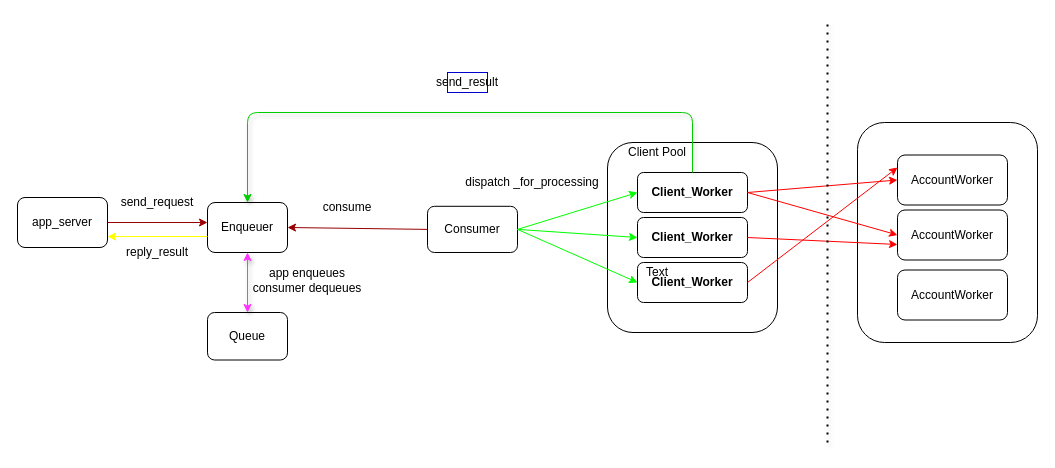
sanzor/Banking-Application keeps this draw.io diagram as system.drawio. Above is the earlier version. Source tidied: cells renumbered, new cells numbered last; positions are measured from the earlier drawing's top-left corner, leaving out a move shared by most shapes. Both pictures are drawn from the tidied source at 100%, with x=0, y=0 at pixel (17, 22).
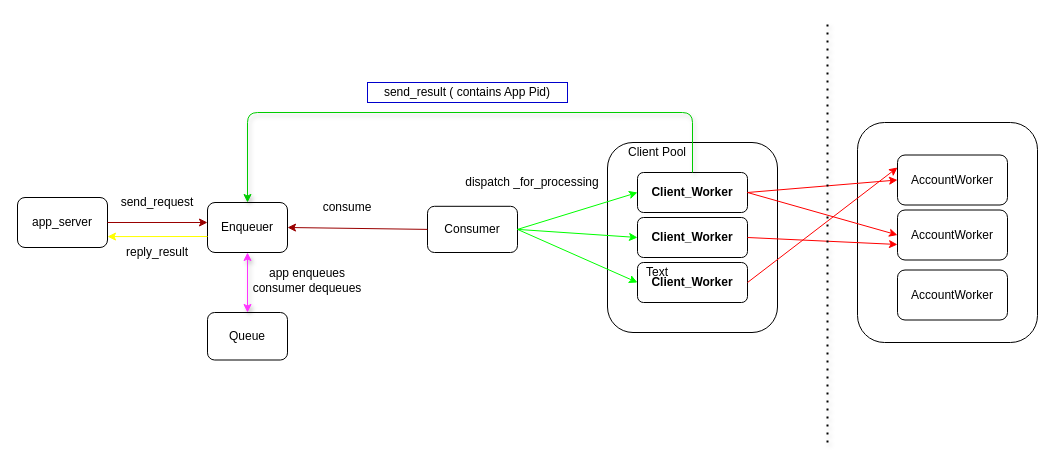
After the change.

Diff of the diagram source:
```diff
@@
-    <mxCell id="25" value="send_result" style="text;html=1;strokeColor=#0000CC;fillColor=none;align=center;verticalAlign=middle;whiteSpace=wrap;rounded=0;" parent="1" vertex="1">
-      <mxGeometry x="430" y="50" width="40" height="20" as="geometry" />
+    <mxCell id="25" value="send_result ( contains App Pid)" style="text;html=1;strokeColor=#0000CC;fillColor=none;align=center;verticalAlign=middle;whiteSpace=wrap;rounded=0;" parent="1" vertex="1">
+      <mxGeometry x="350" y="60" width="200" height="20" as="geometry" />
     </mxCell>
```
